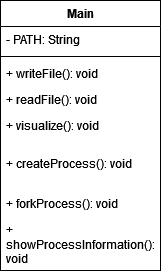
This is BSRN-Lösungskizze_Alternative2-Klassendiagramm.drawio.png from ynnskrnr/wi-bsrn-werkstueck_a, a draw.io export, as it was before one commit. Source tidied: cells renumbered, new cells last; positions are measured from the earlier drawing's top-left corner, leaving out a move shared by most shapes.
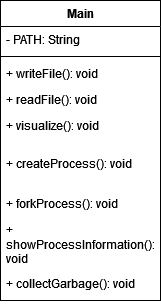
The same file after the commit.

Change to the diagram source:
```diff
@@ -3,7 +3,7 @@
     <mxCell id="0" />
     <mxCell id="1" parent="0" />
     <mxCell id="2" value="Main" style="swimlane;fontStyle=1;align=center;verticalAlign=top;horizontal=1;startSize=26;whiteSpace=wrap;html=1;" parent="1" vertex="1">
-      <mxGeometry width="160" height="270" as="geometry" />
+      <mxGeometry width="160" height="300" as="geometry" />
     </mxCell>
     <mxCell id="3" value="- PATH: String" style="text;strokeColor=none;fillColor=none;align=left;verticalAlign=top;spacingLeft=4;spacingRight=4;overflow=hidden;whiteSpace=wrap;html=1;" parent="2" vertex="1">
       <mxGeometry y="26" width="160" height="26" as="geometry" />
@@ -26,8 +26,11 @@
     <mxCell id="9" value="+ forkProcess(): void" style="text;strokeColor=none;fillColor=none;align=left;verticalAlign=top;spacingLeft=4;spacingRight=4;overflow=hidden;whiteSpace=wrap;html=1;" parent="2" vertex="1">
       <mxGeometry y="190" width="160" height="26" as="geometry" />
     </mxCell>
+    <mxCell id="11" value="+ showProcessInformation(): void" style="text;strokeColor=none;fillColor=none;align=left;verticalAlign=top;spacingLeft=4;spacingRight=4;overflow=hidden;whiteSpace=wrap;html=1;" parent="2" vertex="1">
+      <mxGeometry y="216" width="160" height="54" as="geometry" />
+    </mxCell>
-    <mxCell id="10" value="+ showProcessInformation(): void" style="text;strokeColor=none;fillColor=none;align=left;verticalAlign=top;spacingLeft=4;spacingRight=4;overflow=hidden;whiteSpace=wrap;html=1;" parent="2" vertex="1">
-      <mxGeometry y="216" width="160" height="54" as="geometry" />
+    <mxCell id="10" value="+ collectGarbage(): void" style="text;strokeColor=none;fillColor=none;align=left;verticalAlign=top;spacingLeft=4;spacingRight=4;overflow=hidden;whiteSpace=wrap;html=1;" parent="2" vertex="1">
+      <mxGeometry y="270" width="160" height="30" as="geometry" />
     </mxCell>
   </root>
 </mxGraphModel>
```
